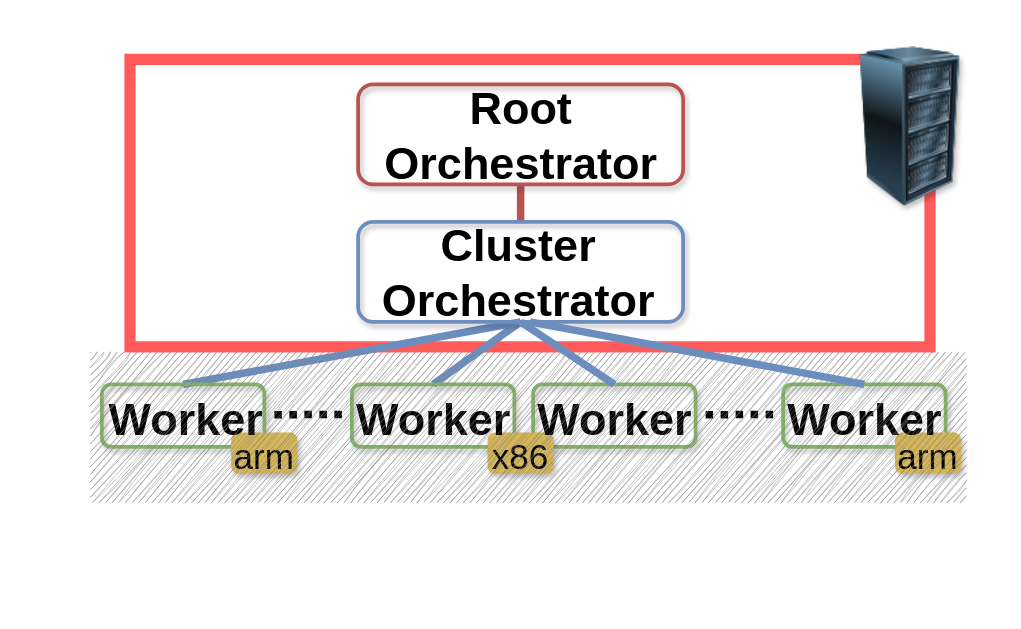
This is page "Page-1" (1 of 2) of content/docs/getting-started/oak-environment/svgs/deploy-orchestrators/deploy-orchestrators.drawio from oakestra/documentation, a draw.io file, before an edit. Source tidied: cells renumbered, new cells numbered last; positions are measured from the earlier drawing's top-left corner, leaving out a move shared by most shapes. Both pictures are drawn from the tidied source at 125%, with x=0, y=0 at pixel (64, 46).
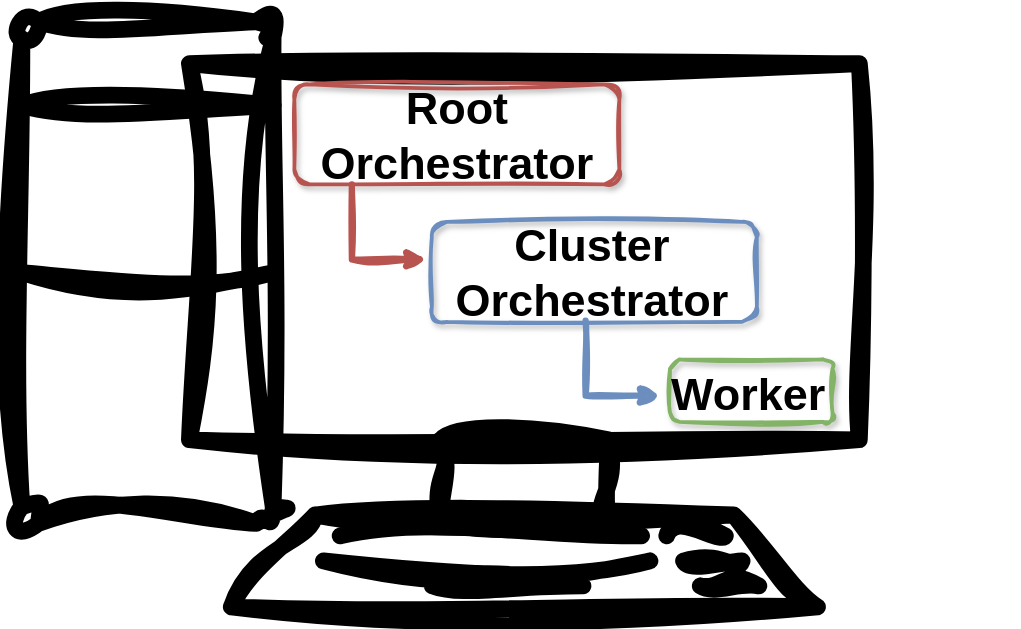
After the change.

Diff of the diagram source:
```diff
@@
-    <mxCell id="2" style="rounded=0;whiteSpace=wrap;html=1;strokeColor=#FF3333;strokeWidth=9;fillColor=none;opacity=80;" parent="1" vertex="1">
-      <mxGeometry x="52.5" y="10" width="640" height="230" as="geometry" />
-    </mxCell>
-    <mxCell id="3" style="edgeStyle=none;rounded=1;jettySize=auto;html=1;exitX=0.5;exitY=1;exitDx=0;exitDy=0;entryX=0.5;entryY=0;entryDx=0;entryDy=0;fontFamily=CMU Sans Serif;fontSize=36;endArrow=none;endFill=0;strokeWidth=6;fillColor=#f8cecc;strokeColor=#b85450;" parent="1" edge="1" source="4" target="7">
-      <mxGeometry relative="1" as="geometry" />
-    </mxCell>
+    <mxCell id="30" style="fontColor=#0066CC;verticalAlign=top;verticalLabelPosition=bottom;labelPosition=center;align=center;html=1;fillColor=default;strokeColor=default;gradientColor=none;gradientDirection=north;strokeWidth=0.5;shape=mxgraph.networks.pc;perimeterSpacing=0;sketch=1;curveFitting=1;jiggle=10;fillWeight=-1;hachureAngle=-41;strokeOpacity=100;fillOpacity=0;" parent="1" vertex="1">
+      <mxGeometry x="-34" y="-20" width="670" height="468" as="geometry" />
+    </mxCell>
-    <mxCell id="4" style="rounded=1;whiteSpace=wrap;html=1;strokeWidth=3;shadow=1;sketch=0;fillColor=none;strokeColor=#b85450;fontFamily=CMU Sans Serif;" parent="1" vertex="1">
-      <mxGeometry x="235" y="30" width="260" height="80" as="geometry" />
+    <mxCell id="4" style="rounded=1;whiteSpace=wrap;html=1;strokeWidth=3;shadow=1;sketch=1;fillColor=none;strokeColor=#b85450;fontFamily=CMU Sans Serif;curveFitting=1;jiggle=2;" parent="1" vertex="1">
+      <mxGeometry x="184" y="30" width="260" height="80" as="geometry" />
     </mxCell>
-    <mxCell id="5" style="edgeStyle=none;rounded=1;jettySize=auto;html=1;exitX=0.5;exitY=1;exitDx=0;exitDy=0;entryX=0.5;entryY=0;entryDx=0;entryDy=0;fontFamily=CMU Sans Serif;fontSize=36;endArrow=none;endFill=0;strokeWidth=6;fillColor=#dae8fc;strokeColor=#6c8ebf;" parent="1" edge="1" source="7" target="13">
-      <mxGeometry relative="1" as="geometry" />
-    </mxCell>
-    <mxCell id="6" style="edgeStyle=none;rounded=1;jettySize=auto;html=1;exitX=0.5;exitY=1;exitDx=0;exitDy=0;entryX=0.5;entryY=0;entryDx=0;entryDy=0;fontFamily=CMU Sans Serif;fontSize=36;endArrow=none;endFill=0;strokeWidth=6;fillColor=#dae8fc;strokeColor=#6c8ebf;" parent="1" edge="1" source="7" target="12">
-      <mxGeometry relative="1" as="geometry" />
-    </mxCell>
-    <mxCell id="7" style="rounded=1;whiteSpace=wrap;html=1;strokeWidth=3;shadow=1;sketch=0;fillColor=none;strokeColor=#6c8ebf;fontFamily=CMU Sans Serif;" parent="1" vertex="1">
-      <mxGeometry x="235" y="140" width="260" height="80" as="geometry" />
+    <mxCell id="7" style="rounded=1;whiteSpace=wrap;html=1;strokeWidth=3;shadow=1;sketch=1;fillColor=none;strokeColor=#6c8ebf;fontFamily=CMU Sans Serif;curveFitting=1;jiggle=2;" parent="1" vertex="1">
+      <mxGeometry x="294" y="140" width="260" height="80" as="geometry" />
     </mxCell>
-    <mxCell id="8" style="rounded=1;whiteSpace=wrap;html=1;strokeWidth=3;shadow=1;sketch=0;fillColor=none;strokeColor=#82b366;fontFamily=CMU Sans Serif;" parent="1" vertex="1">
-      <mxGeometry x="375" y="270" width="130" height="50" as="geometry" />
-    </mxCell>
-    <mxCell id="9" style="rounded=1;whiteSpace=wrap;html=1;strokeWidth=3;shadow=1;sketch=0;fillColor=none;strokeColor=#82b366;fontFamily=CMU Sans Serif;" parent="1" vertex="1">
-      <mxGeometry x="575" y="270" width="130" height="50" as="geometry" />
-    </mxCell>
-    <mxCell id="10" style="rounded=0;orthogonalLoop=1;jettySize=auto;html=1;exitX=1;exitY=0.5;exitDx=0;exitDy=0;fontFamily=CMU Sans Serif;fontSize=36;dashed=1;endArrow=none;endFill=0;dashPattern=1 1;strokeWidth=6;" parent="1" edge="1">
-      <mxGeometry relative="1" as="geometry">
-        <mxPoint x="513" y="294.3" as="sourcePoint" />
-        <mxPoint x="573" y="294" as="targetPoint" />
-      </mxGeometry>
-    </mxCell>
-    <mxCell id="11" style="edgeStyle=none;rounded=1;orthogonalLoop=1;jettySize=auto;html=1;entryX=0;entryY=0.5;entryDx=0;entryDy=0;fontFamily=CMU Sans Serif;fontSize=36;endArrow=none;endFill=0;strokeWidth=6;" parent="1" edge="1" source="9" target="9">
-      <mxGeometry relative="1" as="geometry" />
+    <mxCell id="11" style="edgeStyle=none;rounded=1;orthogonalLoop=1;jettySize=auto;html=1;entryX=0;entryY=0.5;entryDx=0;entryDy=0;fontFamily=CMU Sans Serif;fontSize=36;endArrow=none;endFill=0;strokeWidth=6;sketch=1;curveFitting=1;jiggle=2;" parent="1" edge="1">
+      <mxGeometry relative="1" as="geometry">
+        <mxPoint x="609" y="295" as="sourcePoint" />
+        <mxPoint x="609" y="295" as="targetPoint" />
+      </mxGeometry>
     </mxCell>
-    <mxCell id="12" style="rounded=1;whiteSpace=wrap;html=1;strokeWidth=3;shadow=1;sketch=0;fillColor=none;strokeColor=#82B366;fontFamily=CMU Sans Serif;" parent="1" vertex="1">
-      <mxGeometry x="30" y="270" width="130" height="50" as="geometry" />
+    <mxCell id="12" style="rounded=1;whiteSpace=wrap;html=1;strokeWidth=3;shadow=1;sketch=1;fillColor=none;strokeColor=#82B366;fontFamily=CMU Sans Serif;curveFitting=1;jiggle=2;" parent="1" vertex="1">
+      <mxGeometry x="484.5" y="250" width="130" height="50" as="geometry" />
     </mxCell>
-    <mxCell id="13" style="rounded=1;whiteSpace=wrap;html=1;strokeWidth=3;shadow=1;sketch=0;fillColor=none;strokeColor=#82b366;fontFamily=CMU Sans Serif;" parent="1" vertex="1">
-      <mxGeometry x="230" y="270" width="130" height="50" as="geometry" />
-    </mxCell>
-    <mxCell id="14" style="rounded=0;orthogonalLoop=1;jettySize=auto;html=1;exitX=1;exitY=0.5;exitDx=0;exitDy=0;fontFamily=CMU Sans Serif;fontSize=36;dashed=1;endArrow=none;endFill=0;dashPattern=1 1;strokeWidth=6;" parent="1" edge="1">
-      <mxGeometry relative="1" as="geometry">
-        <mxPoint x="168" y="294.3" as="sourcePoint" />
-        <mxPoint x="228" y="294" as="targetPoint" />
-      </mxGeometry>
-    </mxCell>
-    <mxCell id="15" style="edgeStyle=none;rounded=1;orthogonalLoop=1;jettySize=auto;html=1;entryX=0;entryY=0.5;entryDx=0;entryDy=0;fontFamily=CMU Sans Serif;fontSize=36;endArrow=none;endFill=0;strokeWidth=6;" parent="1" edge="1" source="13" target="13">
-      <mxGeometry relative="1" as="geometry" />
+    <mxCell id="15" style="edgeStyle=none;rounded=1;orthogonalLoop=1;jettySize=auto;html=1;entryX=0;entryY=0.5;entryDx=0;entryDy=0;fontFamily=CMU Sans Serif;fontSize=36;endArrow=none;endFill=0;strokeWidth=6;sketch=1;curveFitting=1;jiggle=2;" parent="1" edge="1">
+      <mxGeometry relative="1" as="geometry">
+        <mxPoint x="264" y="295" as="sourcePoint" />
+        <mxPoint x="264" y="295" as="targetPoint" />
+      </mxGeometry>
     </mxCell>
-    <mxCell id="16" value="&lt;font style=&quot;font-size: 28px&quot;&gt;arm&lt;/font&gt;" style="rounded=1;whiteSpace=wrap;html=1;shadow=1;sketch=0;fontFamily=CMU Sans Serif;fontSize=36;strokeWidth=3;fillColor=#D6B656;strokeColor=#d6b656;fontColor=#000000;" parent="1" vertex="1">
-      <mxGeometry x="135" y="310" width="50" height="30" as="geometry" />
-    </mxCell>
-    <mxCell id="17" value="&lt;font style=&quot;font-size: 28px&quot;&gt;x86&lt;/font&gt;" style="rounded=1;whiteSpace=wrap;html=1;shadow=1;sketch=0;fontFamily=CMU Sans Serif;fontSize=36;strokeWidth=3;fillColor=#D6B656;strokeColor=#d6b656;fontColor=#000000;" parent="1" vertex="1">
-      <mxGeometry x="340" y="310" width="50" height="30" as="geometry" />
-    </mxCell>
-    <mxCell id="18" value="&lt;font style=&quot;font-size: 28px&quot;&gt;arm&lt;/font&gt;" style="rounded=1;whiteSpace=wrap;html=1;shadow=1;sketch=0;fontFamily=CMU Sans Serif;fontSize=36;strokeWidth=3;fillColor=#D6B656;strokeColor=#d6b656;fontColor=#000000;" parent="1" vertex="1">
-      <mxGeometry x="666" y="310" width="50" height="30" as="geometry" />
-    </mxCell>
-    <mxCell id="19" value="&lt;b style=&quot;&quot;&gt;&lt;font style=&quot;font-size: 36px&quot;&gt;Root Orchestrator&lt;/font&gt;&lt;/b&gt;" style="text;html=1;strokeColor=none;fillColor=none;align=center;verticalAlign=middle;whiteSpace=wrap;rounded=0;sketch=0;fontColor=#000000;fontFamily=CMU Sans Serif;" parent="1" vertex="1">
-      <mxGeometry x="268" y="56" width="195" height="30" as="geometry" />
+    <mxCell id="19" value="&lt;b style=&quot;&quot;&gt;&lt;font style=&quot;font-size: 36px&quot;&gt;Root Orchestrator&lt;/font&gt;&lt;/b&gt;" style="text;html=1;strokeColor=none;fillColor=none;align=center;verticalAlign=middle;whiteSpace=wrap;rounded=0;sketch=1;fontColor=#000000;fontFamily=CMU Sans Serif;curveFitting=1;jiggle=2;" parent="1" vertex="1">
+      <mxGeometry x="217" y="56" width="195" height="30" as="geometry" />
     </mxCell>
-    <mxCell id="20" style="edgeStyle=orthogonalEdgeStyle;rounded=0;orthogonalLoop=1;jettySize=auto;html=1;exitX=0.5;exitY=1;exitDx=0;exitDy=0;fontFamily=CMU Sans Serif;fontColor=#FFFFFF;" parent="1" edge="1">
+    <mxCell id="20" style="edgeStyle=orthogonalEdgeStyle;rounded=0;orthogonalLoop=1;jettySize=auto;html=1;exitX=0.5;exitY=1;exitDx=0;exitDy=0;fontFamily=CMU Sans Serif;fontColor=#FFFFFF;sketch=1;curveFitting=1;jiggle=2;" parent="1" edge="1">
       <mxGeometry relative="1" as="geometry">
-        <mxPoint x="539" y="208" as="sourcePoint" />
-        <mxPoint x="539" y="208" as="targetPoint" />
+        <mxPoint x="573" y="208" as="sourcePoint" />
+        <mxPoint x="573" y="208" as="targetPoint" />
       </mxGeometry>
     </mxCell>
-    <mxCell id="21" value="&lt;b style=&quot;&quot;&gt;&lt;font style=&quot;font-size: 36px&quot;&gt;Cluster Orchestrator&lt;/font&gt;&lt;/b&gt;" style="text;html=1;strokeColor=none;fillColor=none;align=center;verticalAlign=middle;whiteSpace=wrap;rounded=0;sketch=0;fontColor=#000000;fontFamily=CMU Sans Serif;" parent="1" vertex="1">
-      <mxGeometry x="266" y="166" width="195" height="30" as="geometry" />
+    <mxCell id="21" value="&lt;b style=&quot;&quot;&gt;&lt;font style=&quot;font-size: 36px&quot;&gt;Cluster Orchestrator&lt;/font&gt;&lt;/b&gt;" style="text;html=1;strokeColor=none;fillColor=none;align=center;verticalAlign=middle;whiteSpace=wrap;rounded=0;sketch=1;fontColor=#000000;fontFamily=CMU Sans Serif;curveFitting=1;jiggle=2;" parent="1" vertex="1">
+      <mxGeometry x="325" y="166" width="195" height="30" as="geometry" />
     </mxCell>
-    <mxCell id="22" value="&lt;b style=&quot;&quot;&gt;&lt;font style=&quot;font-size: 36px&quot;&gt;Worker&lt;br&gt;&lt;/font&gt;&lt;/b&gt;" style="text;html=1;strokeColor=none;fillColor=none;align=center;verticalAlign=middle;whiteSpace=wrap;rounded=0;sketch=0;fontColor=#000000;fontFamily=CMU Sans Serif;" parent="1" vertex="1">
-      <mxGeometry y="283.3" width="195" height="30" as="geometry" />
+    <mxCell id="22" value="&lt;b style=&quot;&quot;&gt;&lt;font style=&quot;font-size: 36px&quot;&gt;Worker&lt;br&gt;&lt;/font&gt;&lt;/b&gt;" style="text;html=1;strokeColor=none;fillColor=none;align=center;verticalAlign=middle;whiteSpace=wrap;rounded=0;sketch=1;fontColor=#000000;fontFamily=CMU Sans Serif;curveFitting=1;jiggle=2;" parent="1" vertex="1">
+      <mxGeometry x="450" y="263" width="195" height="30" as="geometry" />
     </mxCell>
-    <mxCell id="23" value="&lt;b style=&quot;&quot;&gt;&lt;font style=&quot;font-size: 36px&quot;&gt;Worker&lt;br&gt;&lt;/font&gt;&lt;/b&gt;" style="text;html=1;strokeColor=none;fillColor=none;align=center;verticalAlign=middle;whiteSpace=wrap;rounded=0;sketch=0;fontColor=#000000;fontFamily=CMU Sans Serif;" parent="1" vertex="1">
-      <mxGeometry x="197.5" y="283.3" width="195" height="30" as="geometry" />
-    </mxCell>
-    <mxCell id="24" value="&lt;b style=&quot;&quot;&gt;&lt;font style=&quot;font-size: 36px&quot;&gt;Worker&lt;br&gt;&lt;/font&gt;&lt;/b&gt;" style="text;html=1;strokeColor=none;fillColor=none;align=center;verticalAlign=middle;whiteSpace=wrap;rounded=0;sketch=0;fontColor=#000000;fontFamily=CMU Sans Serif;" parent="1" vertex="1">
-      <mxGeometry x="342.5" y="283.3" width="195" height="30" as="geometry" />
-    </mxCell>
-    <mxCell id="25" value="&lt;b style=&quot;&quot;&gt;&lt;font style=&quot;font-size: 36px&quot;&gt;Worker&lt;br&gt;&lt;/font&gt;&lt;/b&gt;" style="text;html=1;strokeColor=none;fillColor=none;align=center;verticalAlign=middle;whiteSpace=wrap;rounded=0;sketch=0;fontColor=#000000;fontFamily=CMU Sans Serif;" parent="1" vertex="1">
-      <mxGeometry x="542.5" y="283.3" width="195" height="30" as="geometry" />
-    </mxCell>
-    <mxCell id="26" style="rounded=0;whiteSpace=wrap;html=1;strokeColor=none;fillColor=#808080;fontColor=#333333;opacity=80;sketch=1;curveFitting=1;jiggle=2;" parent="1" vertex="1">
-      <mxGeometry x="21" y="244.3" width="700" height="120" as="geometry" />
-    </mxCell>
-    <mxCell id="27" style="image;html=1;image=img/lib/clip_art/computers/Server_Rack_128x128.png;shadow=1;sketch=1;fontFamily=CMU Sans Serif;fontSize=36;strokeWidth=3;" parent="1" vertex="1">
-      <mxGeometry x="611.2" width="131.2" height="128" as="geometry" />
-    </mxCell>
-    <mxCell id="28" style="edgeStyle=none;rounded=1;jettySize=auto;html=1;exitX=0.5;exitY=1;exitDx=0;exitDy=0;entryX=0.5;entryY=0;entryDx=0;entryDy=0;fontFamily=CMU Sans Serif;fontSize=36;endArrow=none;endFill=0;strokeWidth=6;fillColor=#dae8fc;strokeColor=#6c8ebf;" parent="1" edge="1" source="7" target="8">
-      <mxGeometry relative="1" as="geometry" />
-    </mxCell>
-    <mxCell id="29" style="edgeStyle=none;rounded=1;jettySize=auto;html=1;entryX=0.5;entryY=0;entryDx=0;entryDy=0;fontFamily=CMU Sans Serif;fontSize=36;endArrow=none;endFill=0;strokeWidth=6;fillColor=#dae8fc;strokeColor=#6c8ebf;" parent="1" edge="1" target="9">
-      <mxGeometry relative="1" as="geometry">
-        <mxPoint x="372.5" y="220" as="sourcePoint" />
-      </mxGeometry>
-    </mxCell>
+    <mxCell id="31" style="endArrow=classic;html=1;rounded=0;fontColor=#b85450;strokeColor=#6c8ebf;strokeWidth=5;sketch=1;curveFitting=1;jiggle=2;" parent="1" edge="1">
+      <mxGeometry relative="1" as="geometry">
+        <mxPoint x="417" y="219" as="sourcePoint" />
+        <mxPoint x="477" y="279" as="targetPoint" />
+        <Array as="points">
+          <mxPoint x="417" y="279" />
+        </Array>
+      </mxGeometry>
+    </mxCell>
+    <mxCell id="32" style="endArrow=classic;html=1;rounded=0;fontColor=#b85450;strokeColor=#b85450;strokeWidth=5;sketch=1;curveFitting=1;jiggle=2;" parent="1" edge="1">
+      <mxGeometry relative="1" as="geometry">
+        <mxPoint x="230" y="110" as="sourcePoint" />
+        <mxPoint x="290" y="170" as="targetPoint" />
+        <Array as="points">
+          <mxPoint x="230" y="170" />
+        </Array>
+      </mxGeometry>
+    </mxCell>
```
